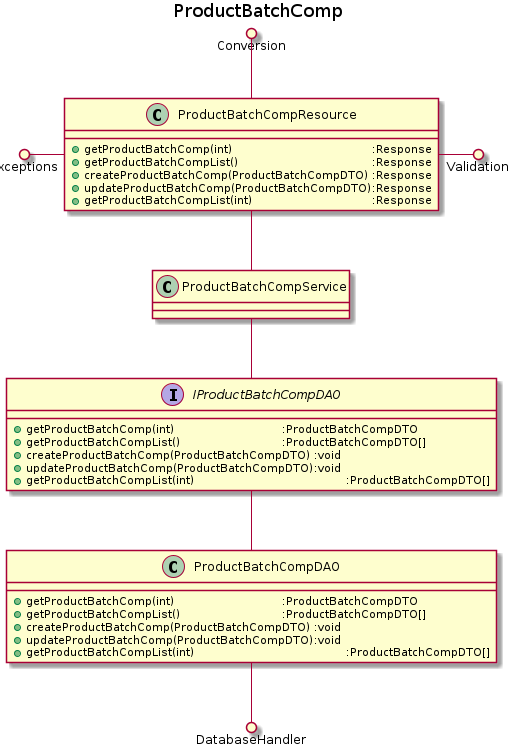
Above: UML/class/delt/productbatchcomp.png in GRP25/CDIO_Final (PlantUML), before the change.
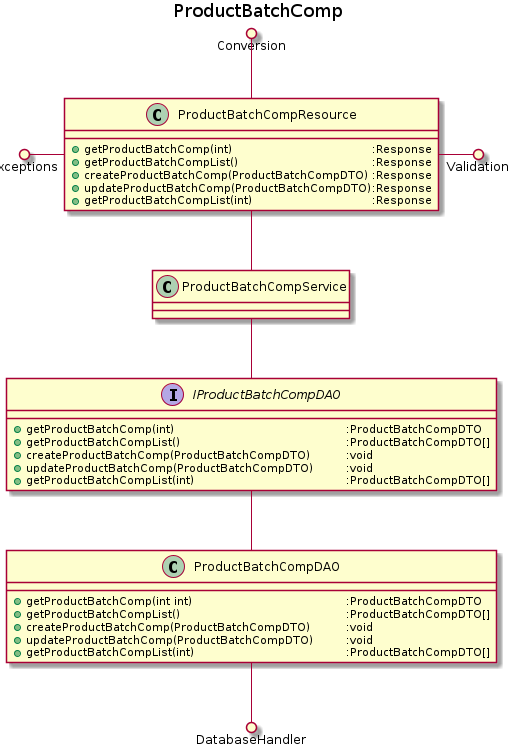
Later version of the same file.

Diff of the diagram source:
```diff
@@ -1,17 +1,17 @@
 @startuml
 title ProductBatchComp
 class "ProductBatchCompDAO" as prbdao{
-    + getProductBatchComp(int)\t\t\t\t:ProductBatchCompDTO
-    + getProductBatchCompList()\t\t\t\t:ProductBatchCompDTO[]
-    + createProductBatchComp(ProductBatchCompDTO)\t:void
-    + updateProductBatchComp(ProductBatchCompDTO)\t:void
+    + getProductBatchComp(int int)\t\t\t\t\t:ProductBatchCompDTO
+    + getProductBatchCompList()\t\t\t\t\t\t:ProductBatchCompDTO[]
+    + createProductBatchComp(ProductBatchCompDTO)\t\t:void
+    + updateProductBatchComp(ProductBatchCompDTO)\t\t:void
     + getProductBatchCompList(int)\t\t\t\t\t:ProductBatchCompDTO[]
 }
 interface "IProductBatchCompDAO" as iprbdao{
-    + getProductBatchComp(int)\t\t\t\t:ProductBatchCompDTO
-    + getProductBatchCompList()\t\t\t\t:ProductBatchCompDTO[]
-    + createProductBatchComp(ProductBatchCompDTO)\t:void
-    + updateProductBatchComp(ProductBatchCompDTO)\t:void
+    + getProductBatchComp(int)\t\t\t\t\t\t:ProductBatchCompDTO
+    + getProductBatchCompList()\t\t\t\t\t\t:ProductBatchCompDTO[]
+    + createProductBatchComp(ProductBatchCompDTO)\t\t:void
+    + updateProductBatchComp(ProductBatchCompDTO)\t\t:void
     + getProductBatchCompList(int)\t\t\t\t\t:ProductBatchCompDTO[]
 }
 class "ProductBatchCompService" as pbcser {
```
